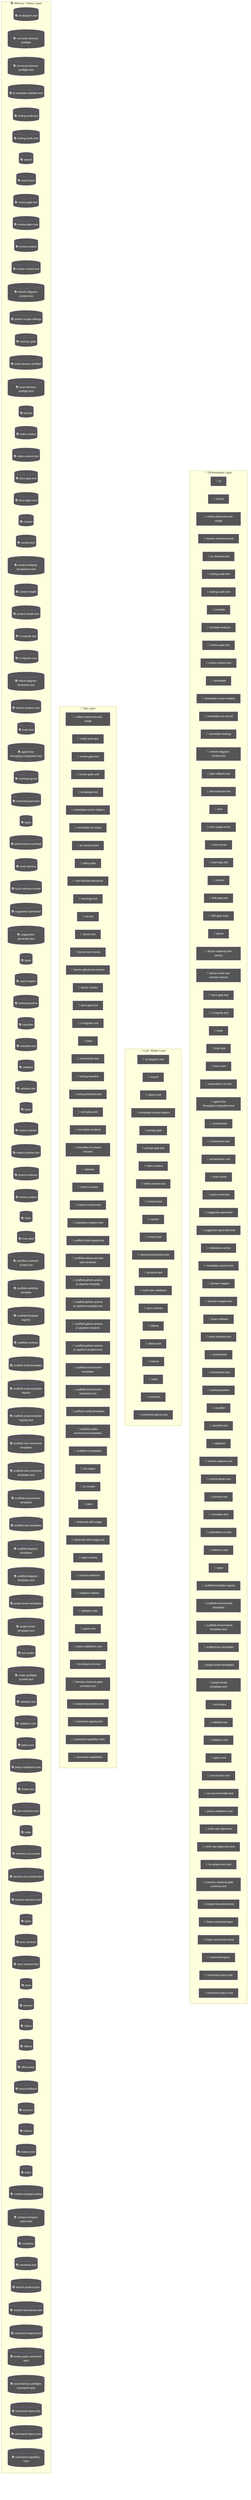
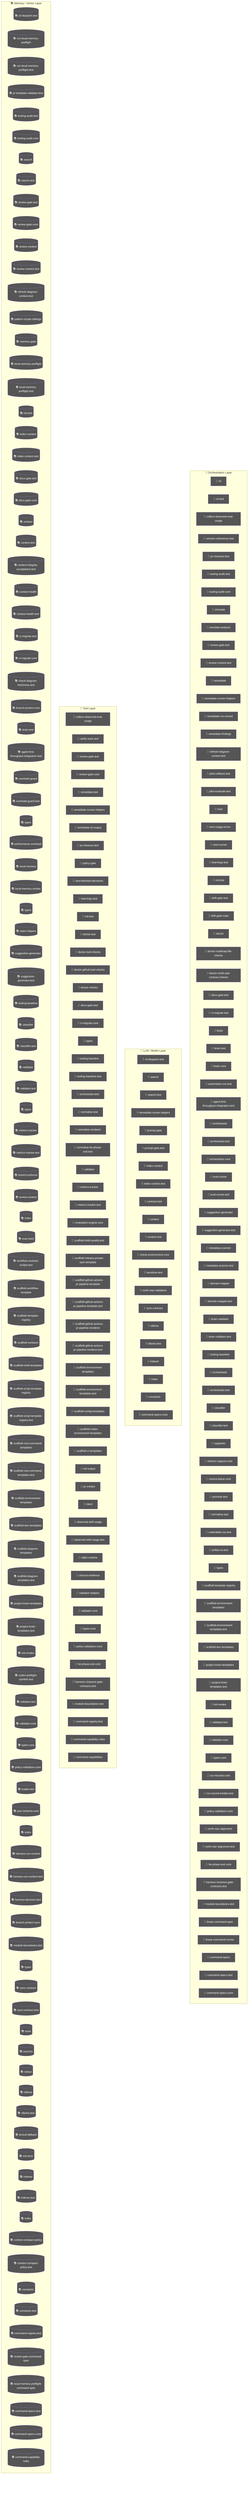
flowchart TD
  subgraph Orchestration["🎯 Orchestration Layer"]
    cli_99bb8840["🤖 cli"]
    cli_test_4851f28b["🤖 cli.test"]
    node_agent_mmd_orchestration_layer_orchestration_coll_37781291["🤖 collect-observed-eval-usage"]
    version_coherence_test_b81c6d8e["🤖 version-coherence.test"]
    pr_closeout_test_12a1ffdd["🤖 pr-closeout.test"]
    node_agent_mmd_orchestration_layer_orchestration_tool_5f9f8adf["🤖 tooling-audit.test"]
    node_agent_mmd_orchestration_layer_orchestration_tool_acfe0c01["🤖 tooling-audit-core"]
    simulate_b9efe395["🤖 simulate"]
    simulate_analysis_164a460c["🤖 simulate-analysis"]
    node_agent_mmd_orchestration_layer_orchestration_revi_ae9f100c["🤖 review-gate.test"]
    node_agent_mmd_orchestration_layer_orchestration_revi_84f25e5b["🤖 review-context.test"]
    remediate_06b9c7fc["🤖 remediate"]
    node_agent_mmd_orchestration_layer_orchestration_reme_359fe98f["🤖 remediate-runner-helpers"]
    remediate_run_record_9dfe5dc1["🤖 remediate-run-record"]
    remediate_findings_8b09c8c6["🤖 remediate-findings"]
    node_agent_mmd_orchestration_layer_orchestration_refr_10a87984["🤖 refresh-diagram-context.test"]
    pilot_rollback_test_e61d5a2b["🤖 pilot-rollback.test"]
    pilot_evaluate_test_a2ac06fc["🤖 pilot-evaluate.test"]
    next_c6c1c9a9["🤖 next"]
    next_usage_errors_837a345a["🤖 next-usage-errors"]
    next_runner_41643472["🤖 next-runner"]
    node_agent_mmd_orchestration_layer_orchestration_lear_5a2a5b08["🤖 learnings.test"]
    node_agent_mmd_orchestration_layer_orchestration_init_daf6ae1b["🤖 init.test"]
    drift_gate_test_816765e3["🤖 drift-gate.test"]
    drift_gate_rules_9685e72d["🤖 drift-gate-rules"]
    doctor_72f4be89["🤖 doctor"]
    doctor_roadmap_file_checks_14447b8e["🤖 doctor-roadmap-file-checks"]
    doctor_north_star_contract_checks_0048124c["🤖 doctor-north-star-contract-checks"]
    node_agent_mmd_orchestration_layer_orchestration_docs_22c7ae60["🤖 docs-gate.test"]
    node_agent_mmd_orchestration_layer_orchestration_ci_m_a6704d8b["🤖 ci-migrate.test"]
    brain_bbbf7a64["🤖 brain"]
    node_agent_mmd_orchestration_layer_orchestration_brai_9c019b6e["🤖 brain.test"]
    brain_core_aa07c380["🤖 brain-core"]
    automation_run_test_7b21d905["🤖 automation-run.test"]
    node_agent_mmd_orchestration_layer_orchestration_agen_eb715f44["🤖 agent-first-throughput.integration.test"]
    orchestrator_11376b7e["🤖 orchestrator"]
    orchestrator_test_18d2fe26["🤖 orchestrator.test"]
    orchestrator_core_d0678b53["🤖 orchestrator-core"]
    eval_runner_0966a6b3["🤖 eval-runner"]
    eval_runner_test_962c8c18["🤖 eval-runner.test"]
    node_agent_mmd_orchestration_layer_orchestration_sugg_85c5ebe3["🤖 suggestion-generator"]
    node_agent_mmd_orchestration_layer_orchestration_sugg_d0ad9d8e["🤖 suggestion-generator.test"]
    metadata_scanner_6a101b66["🤖 metadata-scanner"]
    metadata_scanner_test_faee743d["🤖 metadata-scanner.test"]
    domain_mapper_cd9333d2["🤖 domain-mapper"]
    domain_mapper_test_dc5a9896["🤖 domain-mapper.test"]
    brain_validator_be251832["🤖 brain-validator"]
    brain_validator_test_5e40cb72["🤖 brain-validator.test"]
+     node_agent_mmd_orchestration_layer_orchestration_tool_cc43149f["🤖 tooling-baseline"]
    orchestrator_1_6b7137c5["🤖 orchestrator"]
    node_agent_mmd_orchestration_layer_orchestration_orch_af4e7416["🤖 orchestrator.test"]
-     node_agent_mmd_orchestration_layer_orchestration_tool_cc43149f["🤖 tooling-baseline"]
    node_agent_mmd_orchestration_layer_orchestration_clas_899b821a["🤖 classifier"]
    node_agent_mmd_orchestration_layer_orchestration_clas_402e0b3f["🤖 classifier.test"]
    registries_06402afa["🤖 registries"]
    metrics_capture_core_db4bf7cf["🤖 metrics-capture-core"]
    control_plane_core_db3b4cb2["🤖 control-plane-core"]
    promote_test_5c615269["🤖 promote.test"]
    normalise_test_1_6643dd83["🤖 normalise.test"]
    coderabbit_csv_test_1f36d0a4["🤖 coderabbit-csv.test"]
    artifact_io_test_aac02da3["🤖 artifact-io.test"]
    types_14_fe7507be["🤖 types"]
    node_agent_mmd_orchestration_layer_orchestration_scaf_ff8f92f6["🤖 scaffold-template-registry"]
    node_agent_mmd_orchestration_layer_orchestration_scaf_c9a90c2f["🤖 scaffold-environment-templates"]
    node_agent_mmd_orchestration_layer_orchestration_scaf_78d57a93["🤖 scaffold-environment-templates.test"]
    node_agent_mmd_orchestration_layer_orchestration_scaf_12cc07db["🤖 scaffold-doc-templates"]
    node_agent_mmd_orchestration_layer_orchestration_proj_6ab6f60f["🤖 project-brain-templates"]
    node_agent_mmd_orchestration_layer_orchestration_proj_d78b2f4f["🤖 project-brain-templates.test"]
    node_agent_mmd_orchestration_layer_orchestration_init_2a9c3ecb["🤖 init-modes"]
    node_agent_mmd_orchestration_layer_orchestration_vali_a3b17e45["🤖 validator.test"]
    node_agent_mmd_orchestration_layer_orchestration_vali_d9fe99e6["🤖 validator-core"]
    node_agent_mmd_orchestration_layer_orchestration_type_7cf81261["🤖 types-core"]
    run_records_core_89286dfa["🤖 run-records-core"]
    run_record_emitter_test_5475c0da["🤖 run-record-emitter.test"]
    node_agent_mmd_orchestration_layer_orchestration_poli_3270b55d["🤖 policy-validators-core"]
    north_star_alignment_00440188["🤖 north-star-alignment"]
    north_star_alignment_test_3ae1d69b["🤖 north-star-alignment.test"]
    node_agent_mmd_orchestration_layer_orchestration_he_p_fc778c24["🤖 he-phase-exit-core"]
    node_agent_mmd_orchestration_layer_orchestration_harn_7761fad1["🤖 harness-closeout-gate-contracts.test"]
    node_agent_mmd_orchestration_layer_orchestration_modu_72373e29["🤖 module-boundaries.test"]
    linear_command_spec_1e12dd44["🤖 linear-command-spec"]
    linear_command_runner_4a740dfc["🤖 linear-command-runner"]
    command_specs_69167c63["🤖 command-specs"]
    node_agent_mmd_orchestration_layer_orchestration_comm_a137ef0a["🤖 command-specs.test"]
    node_agent_mmd_orchestration_layer_orchestration_comm_1f8cc24c["🤖 command-specs-core"]
  end
  subgraph LLMLayer["🧠 LLM / Model Layer"]
    node_agent_mmd_llm_model_layer_llmlayer_cli_dispatch__7ecbc6e7["💡 cli-dispatch.test"]
    node_agent_mmd_llm_model_layer_llmlayer_search_search_66b9a911["💡 search"]
    node_agent_mmd_llm_model_layer_llmlayer_search_test_s_72d50705["💡 search.test"]
    node_agent_mmd_llm_model_layer_llmlayer_remediate_run_9e3d4585["💡 remediate-runner-helpers"]
    prompt_gate_c5e9d207["💡 prompt-gate"]
    prompt_gate_test_1a442b27["💡 prompt-gate.test"]
    node_agent_mmd_llm_model_layer_llmlayer_index_context_1041bd11["💡 index-context"]
    node_agent_mmd_llm_model_layer_llmlayer_index_context_7e927b45["💡 index-context.test"]
    contract_test_2262847f["💡 contract.test"]
    node_agent_mmd_llm_model_layer_llmlayer_context_conte_ad2dfbd9["💡 context"]
    node_agent_mmd_llm_model_layer_llmlayer_context_test__32277db3["💡 context.test"]
    check_environment_core_2c16213f["💡 check-environment-core"]
    sensitive_text_7c11f760["💡 sensitive-text"]
    north_star_validators_cfc926ce["💡 north-star-validators"]
    node_agent_mmd_llm_model_layer_llmlayer_sync_contract_9f3cc8c1["💡 sync-contract"]
    node_agent_mmd_llm_model_layer_llmlayer_ollama_ollama_968b23fa["💡 ollama"]
    node_agent_mmd_llm_model_layer_llmlayer_ollama_test_o_d62a0b5a["💡 ollama.test"]
    node_agent_mmd_llm_model_layer_llmlayer_indexer_index_4f4deef5["💡 indexer"]
    node_agent_mmd_llm_model_layer_llmlayer_index_index_1_02e160ff["💡 index"]
    node_agent_mmd_llm_model_layer_llmlayer_constants_con_c9bd3f6c["💡 constants"]
    node_agent_mmd_llm_model_layer_llmlayer_command_specs_782af9fa["💡 command-specs-core"]
  end
  subgraph ToolLayer["🔧 Tool Layer"]
    node_agent_mmd_tool_layer_toollayer_collect_observed__f30f627d["🔧 collect-observed-eval-usage"]
    verify_work_test_0e12f6c5["🔧 verify-work.test"]
    node_agent_mmd_tool_layer_toollayer_review_gate_test__548e6c28["🔧 review-gate.test"]
    node_agent_mmd_tool_layer_toollayer_review_gate_core__7704598b["🔧 review-gate-core"]
    remediate_test_6f59cafe["🔧 remediate.test"]
    node_agent_mmd_tool_layer_toollayer_remediate_runner__c003b871["🔧 remediate-runner-helpers"]
    remediate_cli_output_cc165396["🔧 remediate-cli-output"]
    pr_closeout_test_1_be1a0df1["🔧 pr-closeout.test"]
    policy_gate_213f7313["🔧 policy-gate"]
    next_blocked_decisions_4140ad2b["🔧 next-blocked-decisions"]
    node_agent_mmd_tool_layer_toollayer_learnings_test_le_d61f175f["🔧 learnings.test"]
    node_agent_mmd_tool_layer_toollayer_init_test_init_te_ae014ee3["🔧 init.test"]
    doctor_test_e032e8b5["🔧 doctor.test"]
    doctor_tool_checks_4acac51a["🔧 doctor-tool-checks"]
    doctor_github_tool_checks_a53b0382["🔧 doctor-github-tool-checks"]
    doctor_checks_5a2eb2b9["🔧 doctor-checks"]
    node_agent_mmd_tool_layer_toollayer_docs_gate_test_do_ca0c4c21["🔧 docs-gate.test"]
    node_agent_mmd_tool_layer_toollayer_ci_migrate_core_c_049f8460["🔧 ci-migrate-core"]
    types_4_822d0f88["🔧 types"]
-     node_agent_mmd_tool_layer_toollayer_orchestrator_test_b563c528["🔧 orchestrator.test"]
    node_agent_mmd_tool_layer_toollayer_tooling_baseline__61e66e9f["🔧 tooling-baseline"]
    tooling_baseline_test_d272ddb6["🔧 tooling-baseline.test"]
+     node_agent_mmd_tool_layer_toollayer_orchestrator_test_b563c528["🔧 orchestrator.test"]
    normalise_test_73e8a615["🔧 normalise.test"]
    normalise_renderer_85f2e563["🔧 normalise-renderer"]
    normalise_he_phase_exit_test_1788efc4["🔧 normalise-he-phase-exit.test"]
    node_agent_mmd_tool_layer_toollayer_validator_validat_96a84a52["🔧 validator"]
    node_agent_mmd_tool_layer_toollayer_metrics_tracker_m_4c9237d8["🔧 metrics-tracker"]
    node_agent_mmd_tool_layer_toollayer_metrics_tracker_t_8947b778["🔧 metrics-tracker.test"]
    evaluation_engine_core_e054fe49["🔧 evaluation-engine-core"]
    scaffold_shell_quality_test_79567d03["🔧 scaffold-shell-quality.test"]
    scaffold_release_private_npm_template_075499f8["🔧 scaffold-release-private-npm-template"]
    scaffold_github_actions_pr_pipeline_template_e2b85f62["🔧 scaffold-github-actions-pr-pipeline-template"]
    scaffold_github_actions_pr_pipeline_template_test_be464a7b["🔧 scaffold-github-actions-pr-pipeline-template.test"]
    scaffold_github_actions_pr_pipeline_renderer_1ee18de5["🔧 scaffold-github-actions-pr-pipeline-renderer"]
    scaffold_github_actions_pr_pipeline_renderer_test_2cc38272["🔧 scaffold-github-actions-pr-pipeline-renderer.test"]
    node_agent_mmd_tool_layer_toollayer_scaffold_environm_c1afc013["🔧 scaffold-environment-templates"]
    node_agent_mmd_tool_layer_toollayer_scaffold_environm_1a8f8168["🔧 scaffold-environment-templates.test"]
    scaffold_config_templates_4b80ce53["🔧 scaffold-config-templates"]
    scaffold_codex_environment_templates_334fbbed["🔧 scaffold-codex-environment-templates"]
    scaffold_ci_templates_2afd6392["🔧 scaffold-ci-templates"]
    init_output_360dce91["🔧 init-output"]
    pr_creator_dc6b1ea4["🔧 pr-creator"]
    client_1_914e1681["🔧 client"]
    observed_skill_usage_ed7d5930["🔧 observed-skill-usage"]
    observed_skill_usage_test_311c215a["🔧 observed-skill-usage.test"]
    ralph_runtime_73d63c0e["🔧 ralph-runtime"]
    closure_evidence_aaa31467["🔧 closure-evidence"]
    validator_helpers_7b927667["🔧 validator-helpers"]
    node_agent_mmd_tool_layer_toollayer_validator_core_va_6ef6131f["🔧 validator-core"]
    node_agent_mmd_tool_layer_toollayer_types_core_types__6c8319b6["🔧 types-core"]
    node_agent_mmd_tool_layer_toollayer_policy_validators_af136abf["🔧 policy-validators-core"]
    node_agent_mmd_tool_layer_toollayer_he_phase_exit_cor_af016160["🔧 he-phase-exit-core"]
    node_agent_mmd_tool_layer_toollayer_harness_closeout__df9d1dab["🔧 harness-closeout-gate-contracts.test"]
    node_agent_mmd_tool_layer_toollayer_module_boundaries_fecf90b5["🔧 module-boundaries.test"]
    node_agent_mmd_tool_layer_toollayer_command_registry__cce57abe["🔧 command-registry.test"]
    node_agent_mmd_tool_layer_toollayer_command_capabilit_e97a4615["🔧 command-capability-rules"]
    command_capabilities_a4d5c71e["🔧 command-capabilities"]
  end
  subgraph MemoryLayer["📚 Memory / Vector Layer"]
    node_agent_mmd_memory_vector_layer_memorylayer_cli_di_c121353b[("📚 cli-dispatch.test")]
    run_local_memory_preflight_36e92808[("📚 run-local-memory-preflight")]
    run_local_memory_preflight_test_1d7c5aa0[("📚 run-local-memory-preflight.test")]
    pr_template_validator_test_569b1cef[("📚 pr-template-validator.test")]
    node_agent_mmd_memory_vector_layer_memorylayer_toolin_48be0fc9[("📚 tooling-audit.test")]
    node_agent_mmd_memory_vector_layer_memorylayer_toolin_a1185b8f[("📚 tooling-audit-core")]
    node_agent_mmd_memory_vector_layer_memorylayer_search_ac35cb7e[("📚 search")]
    node_agent_mmd_memory_vector_layer_memorylayer_search_ebbe6c53[("📚 search.test")]
    node_agent_mmd_memory_vector_layer_memorylayer_review_e0e0b257[("📚 review-gate.test")]
    node_agent_mmd_memory_vector_layer_memorylayer_review_5bee9816[("📚 review-gate-core")]
    review_context_ca6cf81d[("📚 review-context")]
    node_agent_mmd_memory_vector_layer_memorylayer_review_3255d3cf[("📚 review-context.test")]
    node_agent_mmd_memory_vector_layer_memorylayer_refres_b1a0f415[("📚 refresh-diagram-context.test")]
    pattern_scope_siblings_43abe000[("📚 pattern-scope-siblings")]
    memory_gate_a577a506[("📚 memory-gate")]
    local_memory_preflight_dcc36c42[("📚 local-memory-preflight")]
    local_memory_preflight_test_5e323bbf[("📚 local-memory-preflight.test")]
    node_agent_mmd_memory_vector_layer_memorylayer_init_t_bac0fb9d[("📚 init.test")]
    node_agent_mmd_memory_vector_layer_memorylayer_index__6f3402d0[("📚 index-context")]
    node_agent_mmd_memory_vector_layer_memorylayer_index__46fc46d7[("📚 index-context.test")]
    node_agent_mmd_memory_vector_layer_memorylayer_docs_g_2ab7a620[("📚 docs-gate.test")]
    docs_gate_core_eb9b6c18[("📚 docs-gate-core")]
    node_agent_mmd_memory_vector_layer_memorylayer_contex_78ceaaa9[("📚 context")]
    node_agent_mmd_memory_vector_layer_memorylayer_contex_4e7cab00[("📚 context.test")]
    context_integrity_acceptance_test_59f961b1[("📚 context-integrity-acceptance.test")]
    context_health_80bb7da9[("📚 context-health")]
    context_health_test_3b5b87f3[("📚 context-health.test")]
    node_agent_mmd_memory_vector_layer_memorylayer_ci_mig_df76706f[("📚 ci-migrate.test")]
    node_agent_mmd_memory_vector_layer_memorylayer_ci_mig_0cd5b1a4[("📚 ci-migrate-core")]
    check_diagram_freshness_test_c1dc40aa[("📚 check-diagram-freshness.test")]
    branch_protect_core_a8feb0fd[("📚 branch-protect-core")]
    node_agent_mmd_memory_vector_layer_memorylayer_brain__80b5ea48[("📚 brain.test")]
    node_agent_mmd_memory_vector_layer_memorylayer_agent__6f084ab8[("📚 agent-first-throughput.integration.test")]
    overload_guard_2748c559[("📚 overload-guard")]
    overload_guard_test_6ece9f86[("📚 overload-guard.test")]
    types_2_d9bc6e7a[("📚 types")]
    performance_overload_c685bfcf[("📚 performance-overload")]
    local_memory_0db17ecc[("📚 local-memory")]
    local_memory_smoke_1175abfc[("📚 local-memory-smoke")]
+     types_7_2f1ed65e[("📚 types")]
+     claim_helpers_20dc8387[("📚 claim-helpers")]
    node_agent_mmd_memory_vector_layer_memorylayer_sugges_267f408d[("📚 suggestion-generator")]
    node_agent_mmd_memory_vector_layer_memorylayer_sugges_b043d150[("📚 suggestion-generator.test")]
-     types_7_2f1ed65e[("📚 types")]
-     claim_helpers_20dc8387[("📚 claim-helpers")]
    node_agent_mmd_memory_vector_layer_memorylayer_toolin_14f86b00[("📚 tooling-baseline")]
    node_agent_mmd_memory_vector_layer_memorylayer_classi_1ebbf5ff[("📚 classifier")]
    node_agent_mmd_memory_vector_layer_memorylayer_classi_58e617e7[("📚 classifier.test")]
    node_agent_mmd_memory_vector_layer_memorylayer_valida_1b167f63[("📚 validator")]
    validator_test_1_c5015ca0[("📚 validator.test")]
    types_11_4be3ee64[("📚 types")]
    node_agent_mmd_memory_vector_layer_memorylayer_metric_12562178[("📚 metrics-tracker")]
    node_agent_mmd_memory_vector_layer_memorylayer_metric_74129788[("📚 metrics-tracker.test")]
    branch_enforcer_acb749cd[("📚 branch-enforcer")]
    review_context_1_e3afed15[("📚 review-context")]
    index_2_10143590[("📚 index")]
    eval_seed_5699fd3e[("📚 eval-seed")]
    workflow_contract_scripts_test_681e2e3c[("📚 workflow-contract-scripts.test")]
    scaffold_workflow_template_92310587[("📚 scaffold-workflow-template")]
    node_agent_mmd_memory_vector_layer_memorylayer_scaffo_a86eece1[("📚 scaffold-template-registry")]
    scaffold_surfaces_12d6494e[("📚 scaffold-surfaces")]
    scaffold_shell_templates_0ad0f915[("📚 scaffold-shell-templates")]
    scaffold_script_template_registry_69312d4e[("📚 scaffold-script-template-registry")]
    scaffold_script_template_registry_test_6a8ebefe[("📚 scaffold-script-template-registry.test")]
    scaffold_root_command_templates_404fed7f[("📚 scaffold-root-command-templates")]
    scaffold_root_command_templates_test_14596939[("📚 scaffold-root-command-templates.test")]
    node_agent_mmd_memory_vector_layer_memorylayer_scaffo_12b42341[("📚 scaffold-environment-templates")]
    node_agent_mmd_memory_vector_layer_memorylayer_scaffo_5fd73b94[("📚 scaffold-doc-templates")]
    scaffold_diagram_templates_dd88e83c[("📚 scaffold-diagram-templates")]
    scaffold_diagram_templates_test_f3774c28[("📚 scaffold-diagram-templates.test")]
    node_agent_mmd_memory_vector_layer_memorylayer_projec_3ae304d9[("📚 project-brain-templates")]
    node_agent_mmd_memory_vector_layer_memorylayer_projec_6048335b[("📚 project-brain-templates.test")]
    node_agent_mmd_memory_vector_layer_memorylayer_init_m_333d02c5[("📚 init-modes")]
    codex_preflight_symlink_test_037558db[("📚 codex-preflight-symlink.test")]
    node_agent_mmd_memory_vector_layer_memorylayer_valida_caacfcdf[("📚 validator.test")]
    node_agent_mmd_memory_vector_layer_memorylayer_valida_41034356[("📚 validator-core")]
    node_agent_mmd_memory_vector_layer_memorylayer_types__83f369fa[("📚 types-core")]
    node_agent_mmd_memory_vector_layer_memorylayer_policy_1944de42[("📚 policy-validators-core")]
    loader_test_03424671[("📚 loader.test")]
    json_schema_core_96d7e328[("📚 json-schema-core")]
    index_5_522f772a[("📚 index")]
    harness_run_context_ac7c77a9[("📚 harness-run-context")]
    harness_run_context_test_c6937fed[("📚 harness-run-context.test")]
    harness_decision_test_7e5a4fe5[("📚 harness-decision.test")]
-     types_19_eb4ad5f0[("📚 types")]
+     branch_protect_sync_570adb18[("📚 branch-protect-sync")]
+     node_agent_mmd_memory_vector_layer_memorylayer_module_9bfd18b1[("📚 module-boundaries.test")]
+     types_20_071a0112[("📚 types")]
    node_agent_mmd_memory_vector_layer_memorylayer_sync_c_e43418bc[("📚 sync-contract")]
    sync_contract_test_5dc3165c[("📚 sync-contract.test")]
    store_824d80d7[("📚 store")]
    sources_1_e133d97d[("📚 sources")]
    rollout_a4fa034c[("📚 rollout")]
    node_agent_mmd_memory_vector_layer_memorylayer_ollama_6d51be16[("📚 ollama")]
    node_agent_mmd_memory_vector_layer_memorylayer_ollama_d800c0c4[("📚 ollama.test")]
    lexical_fallback_723e2b3e[("📚 lexical-fallback")]
    init_error_5c7dd49f[("📚 init-error")]
    node_agent_mmd_memory_vector_layer_memorylayer_indexe_93e6d86f[("📚 indexer")]
    indexer_test_d492f0aa[("📚 indexer.test")]
    node_agent_mmd_memory_vector_layer_memorylayer_index__752bc61e[("📚 index")]
    context_compact_policy_3dcaf95d[("📚 context-compact-policy")]
    context_compact_policy_test_da148267[("📚 context-compact-policy.test")]
    node_agent_mmd_memory_vector_layer_memorylayer_consta_702d3f46[("📚 constants")]
    constants_test_5492ae98[("📚 constants.test")]
-     branch_protect_sync_570adb18[("📚 branch-protect-sync")]
-     node_agent_mmd_memory_vector_layer_memorylayer_module_9bfd18b1[("📚 module-boundaries.test")]
    node_agent_mmd_memory_vector_layer_memorylayer_comman_362247bb[("📚 command-registry.test")]
    review_gate_command_spec_3187376a[("📚 review-gate-command-spec")]
    local_memory_preflight_command_spec_9e23f3ce[("📚 local-memory-preflight-command-spec")]
    node_agent_mmd_memory_vector_layer_memorylayer_comman_d36d1650[("📚 command-specs.test")]
    node_agent_mmd_memory_vector_layer_memorylayer_comman_111eb454[("📚 command-specs-core")]
    node_agent_mmd_memory_vector_layer_memorylayer_comman_c72a5d05[("📚 command-capability-rules")]
  end
  classDef agentNode fill:#555,color:#fff
-   class cli_99bb8840,cli_test_4851f28b,node_agent_mmd_orchestration_layer_orchestration_coll_37781291,node_agent_mmd_tool_layer_toollayer_collect_observed__f30f627d,version_coherence_test_b81c6d8e,pr_closeout_test_12a1ffdd,node_agent_mmd_orchestration_layer_orchestration_tool_5f9f8adf,node_agent_mmd_memory_vector_layer_memorylayer_toolin_48be0fc9,node_agent_mmd_orchestration_layer_orchestration_tool_acfe0c01,node_agent_mmd_memory_vector_layer_memorylayer_toolin_a1185b8f,simulate_b9efe395,simulate_analysis_164a460c,node_agent_mmd_orchestration_layer_orchestration_revi_ae9f100c,node_agent_mmd_tool_layer_toollayer_review_gate_test__548e6c28,node_agent_mmd_memory_vector_layer_memorylayer_review_e0e0b257,node_agent_mmd_orchestration_layer_orchestration_revi_84f25e5b,node_agent_mmd_memory_vector_layer_memorylayer_review_3255d3cf,remediate_06b9c7fc,node_agent_mmd_orchestration_layer_orchestration_reme_359fe98f,node_agent_mmd_llm_model_layer_llmlayer_remediate_run_9e3d4585,node_agent_mmd_tool_layer_toollayer_remediate_runner__c003b871,remediate_run_record_9dfe5dc1,remediate_findings_8b09c8c6,node_agent_mmd_orchestration_layer_orchestration_refr_10a87984,node_agent_mmd_memory_vector_layer_memorylayer_refres_b1a0f415,pilot_rollback_test_e61d5a2b,pilot_evaluate_test_a2ac06fc,next_c6c1c9a9,next_usage_errors_837a345a,next_runner_41643472,node_agent_mmd_orchestration_layer_orchestration_lear_5a2a5b08,node_agent_mmd_tool_layer_toollayer_learnings_test_le_d61f175f,node_agent_mmd_orchestration_layer_orchestration_init_daf6ae1b,node_agent_mmd_tool_layer_toollayer_init_test_init_te_ae014ee3,node_agent_mmd_memory_vector_layer_memorylayer_init_t_bac0fb9d,drift_gate_test_816765e3,drift_gate_rules_9685e72d,doctor_72f4be89,doctor_roadmap_file_checks_14447b8e,doctor_north_star_contract_checks_0048124c,node_agent_mmd_orchestration_layer_orchestration_docs_22c7ae60,node_agent_mmd_tool_layer_toollayer_docs_gate_test_do_ca0c4c21,node_agent_mmd_memory_vector_layer_memorylayer_docs_g_2ab7a620,node_agent_mmd_orchestration_layer_orchestration_ci_m_a6704d8b,node_agent_mmd_memory_vector_layer_memorylayer_ci_mig_df76706f,brain_bbbf7a64,node_agent_mmd_orchestration_layer_orchestration_brai_9c019b6e,node_agent_mmd_memory_vector_layer_memorylayer_brain__80b5ea48,brain_core_aa07c380,automation_run_test_7b21d905,node_agent_mmd_orchestration_layer_orchestration_agen_eb715f44,node_agent_mmd_memory_vector_layer_memorylayer_agent__6f084ab8,orchestrator_11376b7e,orchestrator_test_18d2fe26,orchestrator_core_d0678b53,eval_runner_0966a6b3,eval_runner_test_962c8c18,node_agent_mmd_orchestration_layer_orchestration_sugg_85c5ebe3,node_agent_mmd_memory_vector_layer_memorylayer_sugges_267f408d,node_agent_mmd_orchestration_layer_orchestration_sugg_d0ad9d8e,node_agent_mmd_memory_vector_layer_memorylayer_sugges_b043d150,metadata_scanner_6a101b66,metadata_scanner_test_faee743d,domain_mapper_cd9333d2,domain_mapper_test_dc5a9896,brain_validator_be251832,brain_validator_test_5e40cb72,orchestrator_1_6b7137c5,node_agent_mmd_orchestration_layer_orchestration_orch_af4e7416,node_agent_mmd_tool_layer_toollayer_orchestrator_test_b563c528,node_agent_mmd_orchestration_layer_orchestration_tool_cc43149f,node_agent_mmd_tool_layer_toollayer_tooling_baseline__61e66e9f,node_agent_mmd_memory_vector_layer_memorylayer_toolin_14f86b00,node_agent_mmd_orchestration_layer_orchestration_clas_899b821a,node_agent_mmd_memory_vector_layer_memorylayer_classi_1ebbf5ff,node_agent_mmd_orchestration_layer_orchestration_clas_402e0b3f,node_agent_mmd_memory_vector_layer_memorylayer_classi_58e617e7,registries_06402afa,metrics_capture_core_db4bf7cf,control_plane_core_db3b4cb2,promote_test_5c615269,normalise_test_1_6643dd83,coderabbit_csv_test_1f36d0a4,artifact_io_test_aac02da3,types_14_fe7507be,node_agent_mmd_orchestration_layer_orchestration_scaf_ff8f92f6,node_agent_mmd_memory_vector_layer_memorylayer_scaffo_a86eece1,node_agent_mmd_orchestration_layer_orchestration_scaf_c9a90c2f,node_agent_mmd_tool_layer_toollayer_scaffold_environm_c1afc013,node_agent_mmd_memory_vector_layer_memorylayer_scaffo_12b42341,node_agent_mmd_orchestration_layer_orchestration_scaf_78d57a93,node_agent_mmd_tool_layer_toollayer_scaffold_environm_1a8f8168,node_agent_mmd_orchestration_layer_orchestration_scaf_12cc07db,node_agent_mmd_memory_vector_layer_memorylayer_scaffo_5fd73b94,node_agent_mmd_orchestration_layer_orchestration_proj_6ab6f60f,node_agent_mmd_memory_vector_layer_memorylayer_projec_3ae304d9,node_agent_mmd_orchestration_layer_orchestration_proj_d78b2f4f,node_agent_mmd_memory_vector_layer_memorylayer_projec_6048335b,node_agent_mmd_orchestration_layer_orchestration_init_2a9c3ecb,node_agent_mmd_memory_vector_layer_memorylayer_init_m_333d02c5,node_agent_mmd_orchestration_layer_orchestration_vali_a3b17e45,node_agent_mmd_memory_vector_layer_memorylayer_valida_caacfcdf,node_agent_mmd_orchestration_layer_orchestration_vali_d9fe99e6,node_agent_mmd_tool_layer_toollayer_validator_core_va_6ef6131f,node_agent_mmd_memory_vector_layer_memorylayer_valida_41034356,node_agent_mmd_orchestration_layer_orchestration_type_7cf81261,node_agent_mmd_tool_layer_toollayer_types_core_types__6c8319b6,node_agent_mmd_memory_vector_layer_memorylayer_types__83f369fa,run_records_core_89286dfa,run_record_emitter_test_5475c0da,node_agent_mmd_orchestration_layer_orchestration_poli_3270b55d,node_agent_mmd_tool_layer_toollayer_policy_validators_af136abf,node_agent_mmd_memory_vector_layer_memorylayer_policy_1944de42,north_star_alignment_00440188,north_star_alignment_test_3ae1d69b,node_agent_mmd_orchestration_layer_orchestration_he_p_fc778c24,node_agent_mmd_tool_layer_toollayer_he_phase_exit_cor_af016160,node_agent_mmd_orchestration_layer_orchestration_harn_7761fad1,node_agent_mmd_tool_layer_toollayer_harness_closeout__df9d1dab,node_agent_mmd_orchestration_layer_orchestration_modu_72373e29,node_agent_mmd_tool_layer_toollayer_module_boundaries_fecf90b5,node_agent_mmd_memory_vector_layer_memorylayer_module_9bfd18b1,linear_command_spec_1e12dd44,linear_command_runner_4a740dfc,command_specs_69167c63,node_agent_mmd_orchestration_layer_orchestration_comm_a137ef0a,node_agent_mmd_memory_vector_layer_memorylayer_comman_d36d1650,node_agent_mmd_orchestration_layer_orchestration_comm_1f8cc24c,node_agent_mmd_llm_model_layer_llmlayer_command_specs_782af9fa,node_agent_mmd_memory_vector_layer_memorylayer_comman_111eb454 agentNode
+   class cli_99bb8840,cli_test_4851f28b,node_agent_mmd_orchestration_layer_orchestration_coll_37781291,node_agent_mmd_tool_layer_toollayer_collect_observed__f30f627d,version_coherence_test_b81c6d8e,pr_closeout_test_12a1ffdd,node_agent_mmd_orchestration_layer_orchestration_tool_5f9f8adf,node_agent_mmd_memory_vector_layer_memorylayer_toolin_48be0fc9,node_agent_mmd_orchestration_layer_orchestration_tool_acfe0c01,node_agent_mmd_memory_vector_layer_memorylayer_toolin_a1185b8f,simulate_b9efe395,simulate_analysis_164a460c,node_agent_mmd_orchestration_layer_orchestration_revi_ae9f100c,node_agent_mmd_tool_layer_toollayer_review_gate_test__548e6c28,node_agent_mmd_memory_vector_layer_memorylayer_review_e0e0b257,node_agent_mmd_orchestration_layer_orchestration_revi_84f25e5b,node_agent_mmd_memory_vector_layer_memorylayer_review_3255d3cf,remediate_06b9c7fc,node_agent_mmd_orchestration_layer_orchestration_reme_359fe98f,node_agent_mmd_llm_model_layer_llmlayer_remediate_run_9e3d4585,node_agent_mmd_tool_layer_toollayer_remediate_runner__c003b871,remediate_run_record_9dfe5dc1,remediate_findings_8b09c8c6,node_agent_mmd_orchestration_layer_orchestration_refr_10a87984,node_agent_mmd_memory_vector_layer_memorylayer_refres_b1a0f415,pilot_rollback_test_e61d5a2b,pilot_evaluate_test_a2ac06fc,next_c6c1c9a9,next_usage_errors_837a345a,next_runner_41643472,node_agent_mmd_orchestration_layer_orchestration_lear_5a2a5b08,node_agent_mmd_tool_layer_toollayer_learnings_test_le_d61f175f,node_agent_mmd_orchestration_layer_orchestration_init_daf6ae1b,node_agent_mmd_tool_layer_toollayer_init_test_init_te_ae014ee3,node_agent_mmd_memory_vector_layer_memorylayer_init_t_bac0fb9d,drift_gate_test_816765e3,drift_gate_rules_9685e72d,doctor_72f4be89,doctor_roadmap_file_checks_14447b8e,doctor_north_star_contract_checks_0048124c,node_agent_mmd_orchestration_layer_orchestration_docs_22c7ae60,node_agent_mmd_tool_layer_toollayer_docs_gate_test_do_ca0c4c21,node_agent_mmd_memory_vector_layer_memorylayer_docs_g_2ab7a620,node_agent_mmd_orchestration_layer_orchestration_ci_m_a6704d8b,node_agent_mmd_memory_vector_layer_memorylayer_ci_mig_df76706f,brain_bbbf7a64,node_agent_mmd_orchestration_layer_orchestration_brai_9c019b6e,node_agent_mmd_memory_vector_layer_memorylayer_brain__80b5ea48,brain_core_aa07c380,automation_run_test_7b21d905,node_agent_mmd_orchestration_layer_orchestration_agen_eb715f44,node_agent_mmd_memory_vector_layer_memorylayer_agent__6f084ab8,orchestrator_11376b7e,orchestrator_test_18d2fe26,orchestrator_core_d0678b53,eval_runner_0966a6b3,eval_runner_test_962c8c18,node_agent_mmd_orchestration_layer_orchestration_sugg_85c5ebe3,node_agent_mmd_memory_vector_layer_memorylayer_sugges_267f408d,node_agent_mmd_orchestration_layer_orchestration_sugg_d0ad9d8e,node_agent_mmd_memory_vector_layer_memorylayer_sugges_b043d150,metadata_scanner_6a101b66,metadata_scanner_test_faee743d,domain_mapper_cd9333d2,domain_mapper_test_dc5a9896,brain_validator_be251832,brain_validator_test_5e40cb72,node_agent_mmd_orchestration_layer_orchestration_tool_cc43149f,node_agent_mmd_tool_layer_toollayer_tooling_baseline__61e66e9f,node_agent_mmd_memory_vector_layer_memorylayer_toolin_14f86b00,orchestrator_1_6b7137c5,node_agent_mmd_orchestration_layer_orchestration_orch_af4e7416,node_agent_mmd_tool_layer_toollayer_orchestrator_test_b563c528,node_agent_mmd_orchestration_layer_orchestration_clas_899b821a,node_agent_mmd_memory_vector_layer_memorylayer_classi_1ebbf5ff,node_agent_mmd_orchestration_layer_orchestration_clas_402e0b3f,node_agent_mmd_memory_vector_layer_memorylayer_classi_58e617e7,registries_06402afa,metrics_capture_core_db4bf7cf,control_plane_core_db3b4cb2,promote_test_5c615269,normalise_test_1_6643dd83,coderabbit_csv_test_1f36d0a4,artifact_io_test_aac02da3,types_14_fe7507be,node_agent_mmd_orchestration_layer_orchestration_scaf_ff8f92f6,node_agent_mmd_memory_vector_layer_memorylayer_scaffo_a86eece1,node_agent_mmd_orchestration_layer_orchestration_scaf_c9a90c2f,node_agent_mmd_tool_layer_toollayer_scaffold_environm_c1afc013,node_agent_mmd_memory_vector_layer_memorylayer_scaffo_12b42341,node_agent_mmd_orchestration_layer_orchestration_scaf_78d57a93,node_agent_mmd_tool_layer_toollayer_scaffold_environm_1a8f8168,node_agent_mmd_orchestration_layer_orchestration_scaf_12cc07db,node_agent_mmd_memory_vector_layer_memorylayer_scaffo_5fd73b94,node_agent_mmd_orchestration_layer_orchestration_proj_6ab6f60f,node_agent_mmd_memory_vector_layer_memorylayer_projec_3ae304d9,node_agent_mmd_orchestration_layer_orchestration_proj_d78b2f4f,node_agent_mmd_memory_vector_layer_memorylayer_projec_6048335b,node_agent_mmd_orchestration_layer_orchestration_init_2a9c3ecb,node_agent_mmd_memory_vector_layer_memorylayer_init_m_333d02c5,node_agent_mmd_orchestration_layer_orchestration_vali_a3b17e45,node_agent_mmd_memory_vector_layer_memorylayer_valida_caacfcdf,node_agent_mmd_orchestration_layer_orchestration_vali_d9fe99e6,node_agent_mmd_tool_layer_toollayer_validator_core_va_6ef6131f,node_agent_mmd_memory_vector_layer_memorylayer_valida_41034356,node_agent_mmd_orchestration_layer_orchestration_type_7cf81261,node_agent_mmd_tool_layer_toollayer_types_core_types__6c8319b6,node_agent_mmd_memory_vector_layer_memorylayer_types__83f369fa,run_records_core_89286dfa,run_record_emitter_test_5475c0da,node_agent_mmd_orchestration_layer_orchestration_poli_3270b55d,node_agent_mmd_tool_layer_toollayer_policy_validators_af136abf,node_agent_mmd_memory_vector_layer_memorylayer_policy_1944de42,north_star_alignment_00440188,north_star_alignment_test_3ae1d69b,node_agent_mmd_orchestration_layer_orchestration_he_p_fc778c24,node_agent_mmd_tool_layer_toollayer_he_phase_exit_cor_af016160,node_agent_mmd_orchestration_layer_orchestration_harn_7761fad1,node_agent_mmd_tool_layer_toollayer_harness_closeout__df9d1dab,node_agent_mmd_orchestration_layer_orchestration_modu_72373e29,node_agent_mmd_tool_layer_toollayer_module_boundaries_fecf90b5,node_agent_mmd_memory_vector_layer_memorylayer_module_9bfd18b1,linear_command_spec_1e12dd44,linear_command_runner_4a740dfc,command_specs_69167c63,node_agent_mmd_orchestration_layer_orchestration_comm_a137ef0a,node_agent_mmd_memory_vector_layer_memorylayer_comman_d36d1650,node_agent_mmd_orchestration_layer_orchestration_comm_1f8cc24c,node_agent_mmd_llm_model_layer_llmlayer_command_specs_782af9fa,node_agent_mmd_memory_vector_layer_memorylayer_comman_111eb454 agentNode
  classDef llmNode fill:#555,color:#fff
  class node_agent_mmd_llm_model_layer_llmlayer_cli_dispatch__7ecbc6e7,node_agent_mmd_memory_vector_layer_memorylayer_cli_di_c121353b,node_agent_mmd_llm_model_layer_llmlayer_search_search_66b9a911,node_agent_mmd_memory_vector_layer_memorylayer_search_ac35cb7e,node_agent_mmd_llm_model_layer_llmlayer_search_test_s_72d50705,node_agent_mmd_memory_vector_layer_memorylayer_search_ebbe6c53,node_agent_mmd_orchestration_layer_orchestration_reme_359fe98f,node_agent_mmd_llm_model_layer_llmlayer_remediate_run_9e3d4585,node_agent_mmd_tool_layer_toollayer_remediate_runner__c003b871,prompt_gate_c5e9d207,prompt_gate_test_1a442b27,node_agent_mmd_llm_model_layer_llmlayer_index_context_1041bd11,node_agent_mmd_memory_vector_layer_memorylayer_index__6f3402d0,node_agent_mmd_llm_model_layer_llmlayer_index_context_7e927b45,node_agent_mmd_memory_vector_layer_memorylayer_index__46fc46d7,contract_test_2262847f,node_agent_mmd_llm_model_layer_llmlayer_context_conte_ad2dfbd9,node_agent_mmd_memory_vector_layer_memorylayer_contex_78ceaaa9,node_agent_mmd_llm_model_layer_llmlayer_context_test__32277db3,node_agent_mmd_memory_vector_layer_memorylayer_contex_4e7cab00,check_environment_core_2c16213f,sensitive_text_7c11f760,north_star_validators_cfc926ce,node_agent_mmd_llm_model_layer_llmlayer_sync_contract_9f3cc8c1,node_agent_mmd_memory_vector_layer_memorylayer_sync_c_e43418bc,node_agent_mmd_llm_model_layer_llmlayer_ollama_ollama_968b23fa,node_agent_mmd_memory_vector_layer_memorylayer_ollama_6d51be16,node_agent_mmd_llm_model_layer_llmlayer_ollama_test_o_d62a0b5a,node_agent_mmd_memory_vector_layer_memorylayer_ollama_d800c0c4,node_agent_mmd_llm_model_layer_llmlayer_indexer_index_4f4deef5,node_agent_mmd_memory_vector_layer_memorylayer_indexe_93e6d86f,node_agent_mmd_llm_model_layer_llmlayer_index_index_1_02e160ff,node_agent_mmd_memory_vector_layer_memorylayer_index__752bc61e,node_agent_mmd_llm_model_layer_llmlayer_constants_con_c9bd3f6c,node_agent_mmd_memory_vector_layer_memorylayer_consta_702d3f46,node_agent_mmd_orchestration_layer_orchestration_comm_1f8cc24c,node_agent_mmd_llm_model_layer_llmlayer_command_specs_782af9fa,node_agent_mmd_memory_vector_layer_memorylayer_comman_111eb454 llmNode
  classDef toolNode fill:#555,color:#fff
-   class node_agent_mmd_orchestration_layer_orchestration_coll_37781291,node_agent_mmd_tool_layer_toollayer_collect_observed__f30f627d,verify_work_test_0e12f6c5,node_agent_mmd_orchestration_layer_orchestration_revi_ae9f100c,node_agent_mmd_tool_layer_toollayer_review_gate_test__548e6c28,node_agent_mmd_memory_vector_layer_memorylayer_review_e0e0b257,node_agent_mmd_tool_layer_toollayer_review_gate_core__7704598b,node_agent_mmd_memory_vector_layer_memorylayer_review_5bee9816,remediate_test_6f59cafe,node_agent_mmd_orchestration_layer_orchestration_reme_359fe98f,node_agent_mmd_llm_model_layer_llmlayer_remediate_run_9e3d4585,node_agent_mmd_tool_layer_toollayer_remediate_runner__c003b871,remediate_cli_output_cc165396,pr_closeout_test_1_be1a0df1,policy_gate_213f7313,next_blocked_decisions_4140ad2b,node_agent_mmd_orchestration_layer_orchestration_lear_5a2a5b08,node_agent_mmd_tool_layer_toollayer_learnings_test_le_d61f175f,node_agent_mmd_orchestration_layer_orchestration_init_daf6ae1b,node_agent_mmd_tool_layer_toollayer_init_test_init_te_ae014ee3,node_agent_mmd_memory_vector_layer_memorylayer_init_t_bac0fb9d,doctor_test_e032e8b5,doctor_tool_checks_4acac51a,doctor_github_tool_checks_a53b0382,doctor_checks_5a2eb2b9,node_agent_mmd_orchestration_layer_orchestration_docs_22c7ae60,node_agent_mmd_tool_layer_toollayer_docs_gate_test_do_ca0c4c21,node_agent_mmd_memory_vector_layer_memorylayer_docs_g_2ab7a620,node_agent_mmd_tool_layer_toollayer_ci_migrate_core_c_049f8460,node_agent_mmd_memory_vector_layer_memorylayer_ci_mig_0cd5b1a4,types_4_822d0f88,node_agent_mmd_orchestration_layer_orchestration_orch_af4e7416,node_agent_mmd_tool_layer_toollayer_orchestrator_test_b563c528,node_agent_mmd_orchestration_layer_orchestration_tool_cc43149f,node_agent_mmd_tool_layer_toollayer_tooling_baseline__61e66e9f,node_agent_mmd_memory_vector_layer_memorylayer_toolin_14f86b00,tooling_baseline_test_d272ddb6,normalise_test_73e8a615,normalise_renderer_85f2e563,normalise_he_phase_exit_test_1788efc4,node_agent_mmd_tool_layer_toollayer_validator_validat_96a84a52,node_agent_mmd_memory_vector_layer_memorylayer_valida_1b167f63,node_agent_mmd_tool_layer_toollayer_metrics_tracker_m_4c9237d8,node_agent_mmd_memory_vector_layer_memorylayer_metric_12562178,node_agent_mmd_tool_layer_toollayer_metrics_tracker_t_8947b778,node_agent_mmd_memory_vector_layer_memorylayer_metric_74129788,evaluation_engine_core_e054fe49,scaffold_shell_quality_test_79567d03,scaffold_release_private_npm_template_075499f8,scaffold_github_actions_pr_pipeline_template_e2b85f62,scaffold_github_actions_pr_pipeline_template_test_be464a7b,scaffold_github_actions_pr_pipeline_renderer_1ee18de5,scaffold_github_actions_pr_pipeline_renderer_test_2cc38272,node_agent_mmd_orchestration_layer_orchestration_scaf_c9a90c2f,node_agent_mmd_tool_layer_toollayer_scaffold_environm_c1afc013,node_agent_mmd_memory_vector_layer_memorylayer_scaffo_12b42341,node_agent_mmd_orchestration_layer_orchestration_scaf_78d57a93,node_agent_mmd_tool_layer_toollayer_scaffold_environm_1a8f8168,scaffold_config_templates_4b80ce53,scaffold_codex_environment_templates_334fbbed,scaffold_ci_templates_2afd6392,init_output_360dce91,pr_creator_dc6b1ea4,client_1_914e1681,observed_skill_usage_ed7d5930,observed_skill_usage_test_311c215a,ralph_runtime_73d63c0e,closure_evidence_aaa31467,validator_helpers_7b927667,node_agent_mmd_orchestration_layer_orchestration_vali_d9fe99e6,node_agent_mmd_tool_layer_toollayer_validator_core_va_6ef6131f,node_agent_mmd_memory_vector_layer_memorylayer_valida_41034356,node_agent_mmd_orchestration_layer_orchestration_type_7cf81261,node_agent_mmd_tool_layer_toollayer_types_core_types__6c8319b6,node_agent_mmd_memory_vector_layer_memorylayer_types__83f369fa,node_agent_mmd_orchestration_layer_orchestration_poli_3270b55d,node_agent_mmd_tool_layer_toollayer_policy_validators_af136abf,node_agent_mmd_memory_vector_layer_memorylayer_policy_1944de42,node_agent_mmd_orchestration_layer_orchestration_he_p_fc778c24,node_agent_mmd_tool_layer_toollayer_he_phase_exit_cor_af016160,node_agent_mmd_orchestration_layer_orchestration_harn_7761fad1,node_agent_mmd_tool_layer_toollayer_harness_closeout__df9d1dab,node_agent_mmd_orchestration_layer_orchestration_modu_72373e29,node_agent_mmd_tool_layer_toollayer_module_boundaries_fecf90b5,node_agent_mmd_memory_vector_layer_memorylayer_module_9bfd18b1,node_agent_mmd_tool_layer_toollayer_command_registry__cce57abe,node_agent_mmd_memory_vector_layer_memorylayer_comman_362247bb,node_agent_mmd_tool_layer_toollayer_command_capabilit_e97a4615,node_agent_mmd_memory_vector_layer_memorylayer_comman_c72a5d05,command_capabilities_a4d5c71e toolNode
+   class node_agent_mmd_orchestration_layer_orchestration_coll_37781291,node_agent_mmd_tool_layer_toollayer_collect_observed__f30f627d,verify_work_test_0e12f6c5,node_agent_mmd_orchestration_layer_orchestration_revi_ae9f100c,node_agent_mmd_tool_layer_toollayer_review_gate_test__548e6c28,node_agent_mmd_memory_vector_layer_memorylayer_review_e0e0b257,node_agent_mmd_tool_layer_toollayer_review_gate_core__7704598b,node_agent_mmd_memory_vector_layer_memorylayer_review_5bee9816,remediate_test_6f59cafe,node_agent_mmd_orchestration_layer_orchestration_reme_359fe98f,node_agent_mmd_llm_model_layer_llmlayer_remediate_run_9e3d4585,node_agent_mmd_tool_layer_toollayer_remediate_runner__c003b871,remediate_cli_output_cc165396,pr_closeout_test_1_be1a0df1,policy_gate_213f7313,next_blocked_decisions_4140ad2b,node_agent_mmd_orchestration_layer_orchestration_lear_5a2a5b08,node_agent_mmd_tool_layer_toollayer_learnings_test_le_d61f175f,node_agent_mmd_orchestration_layer_orchestration_init_daf6ae1b,node_agent_mmd_tool_layer_toollayer_init_test_init_te_ae014ee3,node_agent_mmd_memory_vector_layer_memorylayer_init_t_bac0fb9d,doctor_test_e032e8b5,doctor_tool_checks_4acac51a,doctor_github_tool_checks_a53b0382,doctor_checks_5a2eb2b9,node_agent_mmd_orchestration_layer_orchestration_docs_22c7ae60,node_agent_mmd_tool_layer_toollayer_docs_gate_test_do_ca0c4c21,node_agent_mmd_memory_vector_layer_memorylayer_docs_g_2ab7a620,node_agent_mmd_tool_layer_toollayer_ci_migrate_core_c_049f8460,node_agent_mmd_memory_vector_layer_memorylayer_ci_mig_0cd5b1a4,types_4_822d0f88,node_agent_mmd_orchestration_layer_orchestration_tool_cc43149f,node_agent_mmd_tool_layer_toollayer_tooling_baseline__61e66e9f,node_agent_mmd_memory_vector_layer_memorylayer_toolin_14f86b00,tooling_baseline_test_d272ddb6,node_agent_mmd_orchestration_layer_orchestration_orch_af4e7416,node_agent_mmd_tool_layer_toollayer_orchestrator_test_b563c528,normalise_test_73e8a615,normalise_renderer_85f2e563,normalise_he_phase_exit_test_1788efc4,node_agent_mmd_tool_layer_toollayer_validator_validat_96a84a52,node_agent_mmd_memory_vector_layer_memorylayer_valida_1b167f63,node_agent_mmd_tool_layer_toollayer_metrics_tracker_m_4c9237d8,node_agent_mmd_memory_vector_layer_memorylayer_metric_12562178,node_agent_mmd_tool_layer_toollayer_metrics_tracker_t_8947b778,node_agent_mmd_memory_vector_layer_memorylayer_metric_74129788,evaluation_engine_core_e054fe49,scaffold_shell_quality_test_79567d03,scaffold_release_private_npm_template_075499f8,scaffold_github_actions_pr_pipeline_template_e2b85f62,scaffold_github_actions_pr_pipeline_template_test_be464a7b,scaffold_github_actions_pr_pipeline_renderer_1ee18de5,scaffold_github_actions_pr_pipeline_renderer_test_2cc38272,node_agent_mmd_orchestration_layer_orchestration_scaf_c9a90c2f,node_agent_mmd_tool_layer_toollayer_scaffold_environm_c1afc013,node_agent_mmd_memory_vector_layer_memorylayer_scaffo_12b42341,node_agent_mmd_orchestration_layer_orchestration_scaf_78d57a93,node_agent_mmd_tool_layer_toollayer_scaffold_environm_1a8f8168,scaffold_config_templates_4b80ce53,scaffold_codex_environment_templates_334fbbed,scaffold_ci_templates_2afd6392,init_output_360dce91,pr_creator_dc6b1ea4,client_1_914e1681,observed_skill_usage_ed7d5930,observed_skill_usage_test_311c215a,ralph_runtime_73d63c0e,closure_evidence_aaa31467,validator_helpers_7b927667,node_agent_mmd_orchestration_layer_orchestration_vali_d9fe99e6,node_agent_mmd_tool_layer_toollayer_validator_core_va_6ef6131f,node_agent_mmd_memory_vector_layer_memorylayer_valida_41034356,node_agent_mmd_orchestration_layer_orchestration_type_7cf81261,node_agent_mmd_tool_layer_toollayer_types_core_types__6c8319b6,node_agent_mmd_memory_vector_layer_memorylayer_types__83f369fa,node_agent_mmd_orchestration_layer_orchestration_poli_3270b55d,node_agent_mmd_tool_layer_toollayer_policy_validators_af136abf,node_agent_mmd_memory_vector_layer_memorylayer_policy_1944de42,node_agent_mmd_orchestration_layer_orchestration_he_p_fc778c24,node_agent_mmd_tool_layer_toollayer_he_phase_exit_cor_af016160,node_agent_mmd_orchestration_layer_orchestration_harn_7761fad1,node_agent_mmd_tool_layer_toollayer_harness_closeout__df9d1dab,node_agent_mmd_orchestration_layer_orchestration_modu_72373e29,node_agent_mmd_tool_layer_toollayer_module_boundaries_fecf90b5,node_agent_mmd_memory_vector_layer_memorylayer_module_9bfd18b1,node_agent_mmd_tool_layer_toollayer_command_registry__cce57abe,node_agent_mmd_memory_vector_layer_memorylayer_comman_362247bb,node_agent_mmd_tool_layer_toollayer_command_capabilit_e97a4615,node_agent_mmd_memory_vector_layer_memorylayer_comman_c72a5d05,command_capabilities_a4d5c71e toolNode
  classDef memNode fill:#555,color:#fff
-   class node_agent_mmd_llm_model_layer_llmlayer_cli_dispatch__7ecbc6e7,node_agent_mmd_memory_vector_layer_memorylayer_cli_di_c121353b,run_local_memory_preflight_36e92808,run_local_memory_preflight_test_1d7c5aa0,pr_template_validator_test_569b1cef,node_agent_mmd_orchestration_layer_orchestration_tool_5f9f8adf,node_agent_mmd_memory_vector_layer_memorylayer_toolin_48be0fc9,node_agent_mmd_orchestration_layer_orchestration_tool_acfe0c01,node_agent_mmd_memory_vector_layer_memorylayer_toolin_a1185b8f,node_agent_mmd_llm_model_layer_llmlayer_search_search_66b9a911,node_agent_mmd_memory_vector_layer_memorylayer_search_ac35cb7e,node_agent_mmd_llm_model_layer_llmlayer_search_test_s_72d50705,node_agent_mmd_memory_vector_layer_memorylayer_search_ebbe6c53,node_agent_mmd_orchestration_layer_orchestration_revi_ae9f100c,node_agent_mmd_tool_layer_toollayer_review_gate_test__548e6c28,node_agent_mmd_memory_vector_layer_memorylayer_review_e0e0b257,node_agent_mmd_tool_layer_toollayer_review_gate_core__7704598b,node_agent_mmd_memory_vector_layer_memorylayer_review_5bee9816,review_context_ca6cf81d,node_agent_mmd_orchestration_layer_orchestration_revi_84f25e5b,node_agent_mmd_memory_vector_layer_memorylayer_review_3255d3cf,node_agent_mmd_orchestration_layer_orchestration_refr_10a87984,node_agent_mmd_memory_vector_layer_memorylayer_refres_b1a0f415,pattern_scope_siblings_43abe000,memory_gate_a577a506,local_memory_preflight_dcc36c42,local_memory_preflight_test_5e323bbf,node_agent_mmd_orchestration_layer_orchestration_init_daf6ae1b,node_agent_mmd_tool_layer_toollayer_init_test_init_te_ae014ee3,node_agent_mmd_memory_vector_layer_memorylayer_init_t_bac0fb9d,node_agent_mmd_llm_model_layer_llmlayer_index_context_1041bd11,node_agent_mmd_memory_vector_layer_memorylayer_index__6f3402d0,node_agent_mmd_llm_model_layer_llmlayer_index_context_7e927b45,node_agent_mmd_memory_vector_layer_memorylayer_index__46fc46d7,node_agent_mmd_orchestration_layer_orchestration_docs_22c7ae60,node_agent_mmd_tool_layer_toollayer_docs_gate_test_do_ca0c4c21,node_agent_mmd_memory_vector_layer_memorylayer_docs_g_2ab7a620,docs_gate_core_eb9b6c18,node_agent_mmd_llm_model_layer_llmlayer_context_conte_ad2dfbd9,node_agent_mmd_memory_vector_layer_memorylayer_contex_78ceaaa9,node_agent_mmd_llm_model_layer_llmlayer_context_test__32277db3,node_agent_mmd_memory_vector_layer_memorylayer_contex_4e7cab00,context_integrity_acceptance_test_59f961b1,context_health_80bb7da9,context_health_test_3b5b87f3,node_agent_mmd_orchestration_layer_orchestration_ci_m_a6704d8b,node_agent_mmd_memory_vector_layer_memorylayer_ci_mig_df76706f,node_agent_mmd_tool_layer_toollayer_ci_migrate_core_c_049f8460,node_agent_mmd_memory_vector_layer_memorylayer_ci_mig_0cd5b1a4,check_diagram_freshness_test_c1dc40aa,branch_protect_core_a8feb0fd,node_agent_mmd_orchestration_layer_orchestration_brai_9c019b6e,node_agent_mmd_memory_vector_layer_memorylayer_brain__80b5ea48,node_agent_mmd_orchestration_layer_orchestration_agen_eb715f44,node_agent_mmd_memory_vector_layer_memorylayer_agent__6f084ab8,overload_guard_2748c559,overload_guard_test_6ece9f86,types_2_d9bc6e7a,performance_overload_c685bfcf,local_memory_0db17ecc,local_memory_smoke_1175abfc,node_agent_mmd_orchestration_layer_orchestration_sugg_85c5ebe3,node_agent_mmd_memory_vector_layer_memorylayer_sugges_267f408d,node_agent_mmd_orchestration_layer_orchestration_sugg_d0ad9d8e,node_agent_mmd_memory_vector_layer_memorylayer_sugges_b043d150,types_7_2f1ed65e,claim_helpers_20dc8387,node_agent_mmd_orchestration_layer_orchestration_tool_cc43149f,node_agent_mmd_tool_layer_toollayer_tooling_baseline__61e66e9f,node_agent_mmd_memory_vector_layer_memorylayer_toolin_14f86b00,node_agent_mmd_orchestration_layer_orchestration_clas_899b821a,node_agent_mmd_memory_vector_layer_memorylayer_classi_1ebbf5ff,node_agent_mmd_orchestration_layer_orchestration_clas_402e0b3f,node_agent_mmd_memory_vector_layer_memorylayer_classi_58e617e7,node_agent_mmd_tool_layer_toollayer_validator_validat_96a84a52,node_agent_mmd_memory_vector_layer_memorylayer_valida_1b167f63,validator_test_1_c5015ca0,types_11_4be3ee64,node_agent_mmd_tool_layer_toollayer_metrics_tracker_m_4c9237d8,node_agent_mmd_memory_vector_layer_memorylayer_metric_12562178,node_agent_mmd_tool_layer_toollayer_metrics_tracker_t_8947b778,node_agent_mmd_memory_vector_layer_memorylayer_metric_74129788,branch_enforcer_acb749cd,review_context_1_e3afed15,index_2_10143590,eval_seed_5699fd3e,workflow_contract_scripts_test_681e2e3c,scaffold_workflow_template_92310587,node_agent_mmd_orchestration_layer_orchestration_scaf_ff8f92f6,node_agent_mmd_memory_vector_layer_memorylayer_scaffo_a86eece1,scaffold_surfaces_12d6494e,scaffold_shell_templates_0ad0f915,scaffold_script_template_registry_69312d4e,scaffold_script_template_registry_test_6a8ebefe,scaffold_root_command_templates_404fed7f,scaffold_root_command_templates_test_14596939,node_agent_mmd_orchestration_layer_orchestration_scaf_c9a90c2f,node_agent_mmd_tool_layer_toollayer_scaffold_environm_c1afc013,node_agent_mmd_memory_vector_layer_memorylayer_scaffo_12b42341,node_agent_mmd_orchestration_layer_orchestration_scaf_12cc07db,node_agent_mmd_memory_vector_layer_memorylayer_scaffo_5fd73b94,scaffold_diagram_templates_dd88e83c,scaffold_diagram_templates_test_f3774c28,node_agent_mmd_orchestration_layer_orchestration_proj_6ab6f60f,node_agent_mmd_memory_vector_layer_memorylayer_projec_3ae304d9,node_agent_mmd_orchestration_layer_orchestration_proj_d78b2f4f,node_agent_mmd_memory_vector_layer_memorylayer_projec_6048335b,node_agent_mmd_orchestration_layer_orchestration_init_2a9c3ecb,node_agent_mmd_memory_vector_layer_memorylayer_init_m_333d02c5,codex_preflight_symlink_test_037558db,node_agent_mmd_orchestration_layer_orchestration_vali_a3b17e45,node_agent_mmd_memory_vector_layer_memorylayer_valida_caacfcdf,node_agent_mmd_orchestration_layer_orchestration_vali_d9fe99e6,node_agent_mmd_tool_layer_toollayer_validator_core_va_6ef6131f,node_agent_mmd_memory_vector_layer_memorylayer_valida_41034356,node_agent_mmd_orchestration_layer_orchestration_type_7cf81261,node_agent_mmd_tool_layer_toollayer_types_core_types__6c8319b6,node_agent_mmd_memory_vector_layer_memorylayer_types__83f369fa,node_agent_mmd_orchestration_layer_orchestration_poli_3270b55d,node_agent_mmd_tool_layer_toollayer_policy_validators_af136abf,node_agent_mmd_memory_vector_layer_memorylayer_policy_1944de42,loader_test_03424671,json_schema_core_96d7e328,index_5_522f772a,harness_run_context_ac7c77a9,harness_run_context_test_c6937fed,harness_decision_test_7e5a4fe5,types_19_eb4ad5f0,node_agent_mmd_llm_model_layer_llmlayer_sync_contract_9f3cc8c1,node_agent_mmd_memory_vector_layer_memorylayer_sync_c_e43418bc,sync_contract_test_5dc3165c,store_824d80d7,sources_1_e133d97d,rollout_a4fa034c,node_agent_mmd_llm_model_layer_llmlayer_ollama_ollama_968b23fa,node_agent_mmd_memory_vector_layer_memorylayer_ollama_6d51be16,node_agent_mmd_llm_model_layer_llmlayer_ollama_test_o_d62a0b5a,node_agent_mmd_memory_vector_layer_memorylayer_ollama_d800c0c4,lexical_fallback_723e2b3e,init_error_5c7dd49f,node_agent_mmd_llm_model_layer_llmlayer_indexer_index_4f4deef5,node_agent_mmd_memory_vector_layer_memorylayer_indexe_93e6d86f,indexer_test_d492f0aa,node_agent_mmd_llm_model_layer_llmlayer_index_index_1_02e160ff,node_agent_mmd_memory_vector_layer_memorylayer_index__752bc61e,context_compact_policy_3dcaf95d,context_compact_policy_test_da148267,node_agent_mmd_llm_model_layer_llmlayer_constants_con_c9bd3f6c,node_agent_mmd_memory_vector_layer_memorylayer_consta_702d3f46,constants_test_5492ae98,branch_protect_sync_570adb18,node_agent_mmd_orchestration_layer_orchestration_modu_72373e29,node_agent_mmd_tool_layer_toollayer_module_boundaries_fecf90b5,node_agent_mmd_memory_vector_layer_memorylayer_module_9bfd18b1,node_agent_mmd_tool_layer_toollayer_command_registry__cce57abe,node_agent_mmd_memory_vector_layer_memorylayer_comman_362247bb,review_gate_command_spec_3187376a,local_memory_preflight_command_spec_9e23f3ce,node_agent_mmd_orchestration_layer_orchestration_comm_a137ef0a,node_agent_mmd_memory_vector_layer_memorylayer_comman_d36d1650,node_agent_mmd_orchestration_layer_orchestration_comm_1f8cc24c,node_agent_mmd_llm_model_layer_llmlayer_command_specs_782af9fa,node_agent_mmd_memory_vector_layer_memorylayer_comman_111eb454,node_agent_mmd_tool_layer_toollayer_command_capabilit_e97a4615,node_agent_mmd_memory_vector_layer_memorylayer_comman_c72a5d05 memNode
+   class node_agent_mmd_llm_model_layer_llmlayer_cli_dispatch__7ecbc6e7,node_agent_mmd_memory_vector_layer_memorylayer_cli_di_c121353b,run_local_memory_preflight_36e92808,run_local_memory_preflight_test_1d7c5aa0,pr_template_validator_test_569b1cef,node_agent_mmd_orchestration_layer_orchestration_tool_5f9f8adf,node_agent_mmd_memory_vector_layer_memorylayer_toolin_48be0fc9,node_agent_mmd_orchestration_layer_orchestration_tool_acfe0c01,node_agent_mmd_memory_vector_layer_memorylayer_toolin_a1185b8f,node_agent_mmd_llm_model_layer_llmlayer_search_search_66b9a911,node_agent_mmd_memory_vector_layer_memorylayer_search_ac35cb7e,node_agent_mmd_llm_model_layer_llmlayer_search_test_s_72d50705,node_agent_mmd_memory_vector_layer_memorylayer_search_ebbe6c53,node_agent_mmd_orchestration_layer_orchestration_revi_ae9f100c,node_agent_mmd_tool_layer_toollayer_review_gate_test__548e6c28,node_agent_mmd_memory_vector_layer_memorylayer_review_e0e0b257,node_agent_mmd_tool_layer_toollayer_review_gate_core__7704598b,node_agent_mmd_memory_vector_layer_memorylayer_review_5bee9816,review_context_ca6cf81d,node_agent_mmd_orchestration_layer_orchestration_revi_84f25e5b,node_agent_mmd_memory_vector_layer_memorylayer_review_3255d3cf,node_agent_mmd_orchestration_layer_orchestration_refr_10a87984,node_agent_mmd_memory_vector_layer_memorylayer_refres_b1a0f415,pattern_scope_siblings_43abe000,memory_gate_a577a506,local_memory_preflight_dcc36c42,local_memory_preflight_test_5e323bbf,node_agent_mmd_orchestration_layer_orchestration_init_daf6ae1b,node_agent_mmd_tool_layer_toollayer_init_test_init_te_ae014ee3,node_agent_mmd_memory_vector_layer_memorylayer_init_t_bac0fb9d,node_agent_mmd_llm_model_layer_llmlayer_index_context_1041bd11,node_agent_mmd_memory_vector_layer_memorylayer_index__6f3402d0,node_agent_mmd_llm_model_layer_llmlayer_index_context_7e927b45,node_agent_mmd_memory_vector_layer_memorylayer_index__46fc46d7,node_agent_mmd_orchestration_layer_orchestration_docs_22c7ae60,node_agent_mmd_tool_layer_toollayer_docs_gate_test_do_ca0c4c21,node_agent_mmd_memory_vector_layer_memorylayer_docs_g_2ab7a620,docs_gate_core_eb9b6c18,node_agent_mmd_llm_model_layer_llmlayer_context_conte_ad2dfbd9,node_agent_mmd_memory_vector_layer_memorylayer_contex_78ceaaa9,node_agent_mmd_llm_model_layer_llmlayer_context_test__32277db3,node_agent_mmd_memory_vector_layer_memorylayer_contex_4e7cab00,context_integrity_acceptance_test_59f961b1,context_health_80bb7da9,context_health_test_3b5b87f3,node_agent_mmd_orchestration_layer_orchestration_ci_m_a6704d8b,node_agent_mmd_memory_vector_layer_memorylayer_ci_mig_df76706f,node_agent_mmd_tool_layer_toollayer_ci_migrate_core_c_049f8460,node_agent_mmd_memory_vector_layer_memorylayer_ci_mig_0cd5b1a4,check_diagram_freshness_test_c1dc40aa,branch_protect_core_a8feb0fd,node_agent_mmd_orchestration_layer_orchestration_brai_9c019b6e,node_agent_mmd_memory_vector_layer_memorylayer_brain__80b5ea48,node_agent_mmd_orchestration_layer_orchestration_agen_eb715f44,node_agent_mmd_memory_vector_layer_memorylayer_agent__6f084ab8,overload_guard_2748c559,overload_guard_test_6ece9f86,types_2_d9bc6e7a,performance_overload_c685bfcf,local_memory_0db17ecc,local_memory_smoke_1175abfc,types_7_2f1ed65e,claim_helpers_20dc8387,node_agent_mmd_orchestration_layer_orchestration_sugg_85c5ebe3,node_agent_mmd_memory_vector_layer_memorylayer_sugges_267f408d,node_agent_mmd_orchestration_layer_orchestration_sugg_d0ad9d8e,node_agent_mmd_memory_vector_layer_memorylayer_sugges_b043d150,node_agent_mmd_orchestration_layer_orchestration_tool_cc43149f,node_agent_mmd_tool_layer_toollayer_tooling_baseline__61e66e9f,node_agent_mmd_memory_vector_layer_memorylayer_toolin_14f86b00,node_agent_mmd_orchestration_layer_orchestration_clas_899b821a,node_agent_mmd_memory_vector_layer_memorylayer_classi_1ebbf5ff,node_agent_mmd_orchestration_layer_orchestration_clas_402e0b3f,node_agent_mmd_memory_vector_layer_memorylayer_classi_58e617e7,node_agent_mmd_tool_layer_toollayer_validator_validat_96a84a52,node_agent_mmd_memory_vector_layer_memorylayer_valida_1b167f63,validator_test_1_c5015ca0,types_11_4be3ee64,node_agent_mmd_tool_layer_toollayer_metrics_tracker_m_4c9237d8,node_agent_mmd_memory_vector_layer_memorylayer_metric_12562178,node_agent_mmd_tool_layer_toollayer_metrics_tracker_t_8947b778,node_agent_mmd_memory_vector_layer_memorylayer_metric_74129788,branch_enforcer_acb749cd,review_context_1_e3afed15,index_2_10143590,eval_seed_5699fd3e,workflow_contract_scripts_test_681e2e3c,scaffold_workflow_template_92310587,node_agent_mmd_orchestration_layer_orchestration_scaf_ff8f92f6,node_agent_mmd_memory_vector_layer_memorylayer_scaffo_a86eece1,scaffold_surfaces_12d6494e,scaffold_shell_templates_0ad0f915,scaffold_script_template_registry_69312d4e,scaffold_script_template_registry_test_6a8ebefe,scaffold_root_command_templates_404fed7f,scaffold_root_command_templates_test_14596939,node_agent_mmd_orchestration_layer_orchestration_scaf_c9a90c2f,node_agent_mmd_tool_layer_toollayer_scaffold_environm_c1afc013,node_agent_mmd_memory_vector_layer_memorylayer_scaffo_12b42341,node_agent_mmd_orchestration_layer_orchestration_scaf_12cc07db,node_agent_mmd_memory_vector_layer_memorylayer_scaffo_5fd73b94,scaffold_diagram_templates_dd88e83c,scaffold_diagram_templates_test_f3774c28,node_agent_mmd_orchestration_layer_orchestration_proj_6ab6f60f,node_agent_mmd_memory_vector_layer_memorylayer_projec_3ae304d9,node_agent_mmd_orchestration_layer_orchestration_proj_d78b2f4f,node_agent_mmd_memory_vector_layer_memorylayer_projec_6048335b,node_agent_mmd_orchestration_layer_orchestration_init_2a9c3ecb,node_agent_mmd_memory_vector_layer_memorylayer_init_m_333d02c5,codex_preflight_symlink_test_037558db,node_agent_mmd_orchestration_layer_orchestration_vali_a3b17e45,node_agent_mmd_memory_vector_layer_memorylayer_valida_caacfcdf,node_agent_mmd_orchestration_layer_orchestration_vali_d9fe99e6,node_agent_mmd_tool_layer_toollayer_validator_core_va_6ef6131f,node_agent_mmd_memory_vector_layer_memorylayer_valida_41034356,node_agent_mmd_orchestration_layer_orchestration_type_7cf81261,node_agent_mmd_tool_layer_toollayer_types_core_types__6c8319b6,node_agent_mmd_memory_vector_layer_memorylayer_types__83f369fa,node_agent_mmd_orchestration_layer_orchestration_poli_3270b55d,node_agent_mmd_tool_layer_toollayer_policy_validators_af136abf,node_agent_mmd_memory_vector_layer_memorylayer_policy_1944de42,loader_test_03424671,json_schema_core_96d7e328,index_5_522f772a,harness_run_context_ac7c77a9,harness_run_context_test_c6937fed,harness_decision_test_7e5a4fe5,branch_protect_sync_570adb18,node_agent_mmd_orchestration_layer_orchestration_modu_72373e29,node_agent_mmd_tool_layer_toollayer_module_boundaries_fecf90b5,node_agent_mmd_memory_vector_layer_memorylayer_module_9bfd18b1,types_20_071a0112,node_agent_mmd_llm_model_layer_llmlayer_sync_contract_9f3cc8c1,node_agent_mmd_memory_vector_layer_memorylayer_sync_c_e43418bc,sync_contract_test_5dc3165c,store_824d80d7,sources_1_e133d97d,rollout_a4fa034c,node_agent_mmd_llm_model_layer_llmlayer_ollama_ollama_968b23fa,node_agent_mmd_memory_vector_layer_memorylayer_ollama_6d51be16,node_agent_mmd_llm_model_layer_llmlayer_ollama_test_o_d62a0b5a,node_agent_mmd_memory_vector_layer_memorylayer_ollama_d800c0c4,lexical_fallback_723e2b3e,init_error_5c7dd49f,node_agent_mmd_llm_model_layer_llmlayer_indexer_index_4f4deef5,node_agent_mmd_memory_vector_layer_memorylayer_indexe_93e6d86f,indexer_test_d492f0aa,node_agent_mmd_llm_model_layer_llmlayer_index_index_1_02e160ff,node_agent_mmd_memory_vector_layer_memorylayer_index__752bc61e,context_compact_policy_3dcaf95d,context_compact_policy_test_da148267,node_agent_mmd_llm_model_layer_llmlayer_constants_con_c9bd3f6c,node_agent_mmd_memory_vector_layer_memorylayer_consta_702d3f46,constants_test_5492ae98,node_agent_mmd_tool_layer_toollayer_command_registry__cce57abe,node_agent_mmd_memory_vector_layer_memorylayer_comman_362247bb,review_gate_command_spec_3187376a,local_memory_preflight_command_spec_9e23f3ce,node_agent_mmd_orchestration_layer_orchestration_comm_a137ef0a,node_agent_mmd_memory_vector_layer_memorylayer_comman_d36d1650,node_agent_mmd_orchestration_layer_orchestration_comm_1f8cc24c,node_agent_mmd_llm_model_layer_llmlayer_command_specs_782af9fa,node_agent_mmd_memory_vector_layer_memorylayer_comman_111eb454,node_agent_mmd_tool_layer_toollayer_command_capabilit_e97a4615,node_agent_mmd_memory_vector_layer_memorylayer_comman_c72a5d05 memNode
